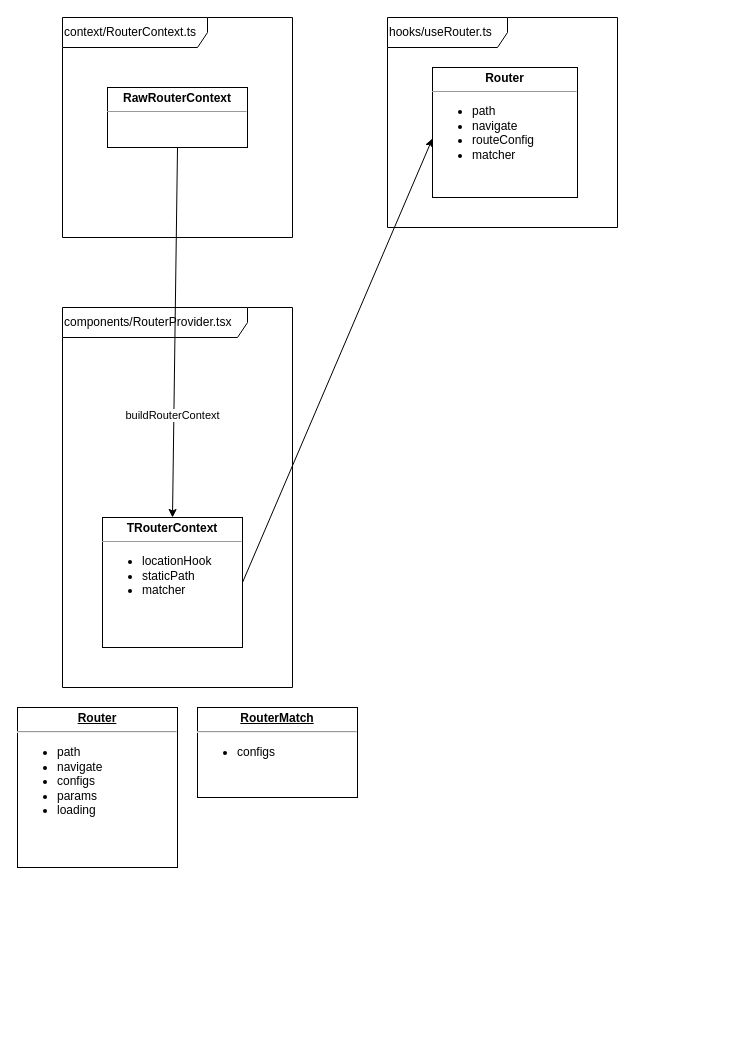
Before: packages/router/docs/router.drawio in vavra7/react-ssr, a draw.io diagram. Source tidied: cells renumbered, new cells numbered last; positions are measured from the earlier drawing's top-left corner, leaving out a move shared by most shapes. Both pictures are drawn from the tidied source at 100%, with x=0, y=0 at pixel (17, 17).
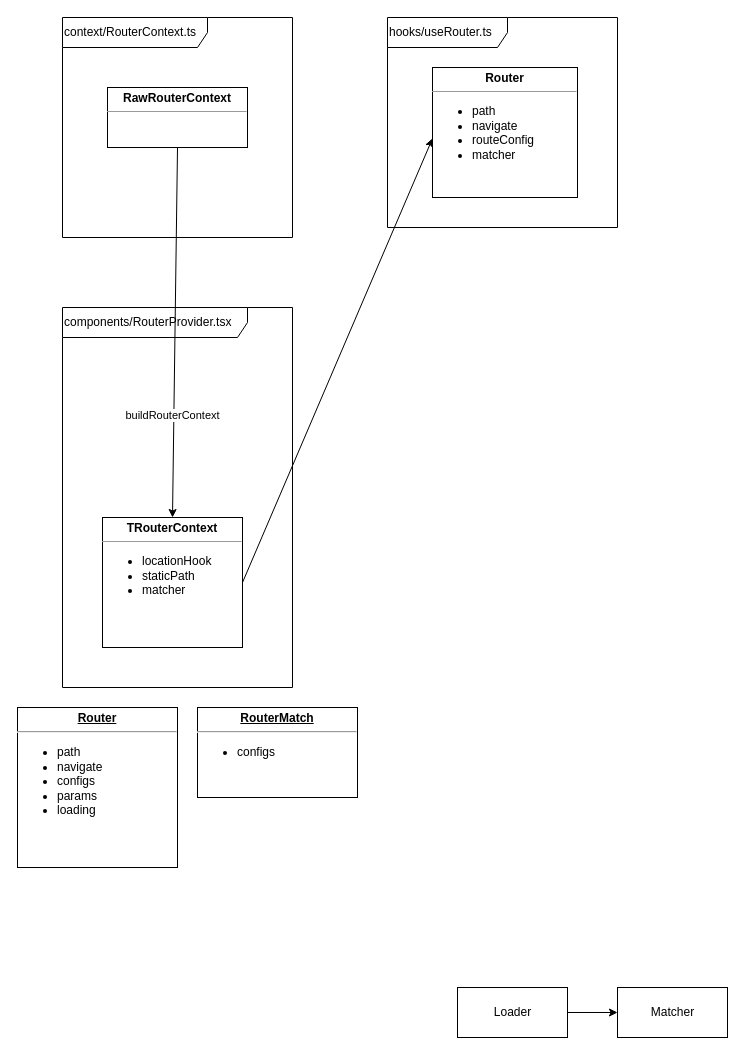
The same diagram, later.

Change to the diagram source:
```diff
@@
 <mxGraphModel>
   <root>
     <mxCell id="0" />
     <mxCell id="1" parent="0" />
     <mxCell id="2" value="context/RouterContext.ts" style="shape=umlFrame;whiteSpace=wrap;html=1;labelBackgroundColor=none;align=left;width=145;height=30;" parent="1" vertex="1">
       <mxGeometry x="45" width="230" height="220" as="geometry" />
     </mxCell>
     <mxCell id="3" value="components/RouterProvider.tsx" style="shape=umlFrame;whiteSpace=wrap;html=1;labelBackgroundColor=none;align=left;width=185;height=30;" parent="1" vertex="1">
       <mxGeometry x="45" y="290" width="230" height="380" as="geometry" />
     </mxCell>
     <mxCell id="4" value="&lt;p style=&quot;margin: 0px ; margin-top: 4px ; text-align: center&quot;&gt;&lt;b&gt;RawRouterContext&lt;/b&gt;&lt;/p&gt;&lt;hr size=&quot;1&quot;&gt;&lt;div style=&quot;height: 2px&quot;&gt;&lt;br&gt;&lt;/div&gt;" style="verticalAlign=top;align=left;overflow=fill;fontSize=12;fontFamily=Helvetica;html=1;spacing=11;labelBorderColor=none;labelBackgroundColor=none;spacingLeft=144;" parent="1" vertex="1">
       <mxGeometry x="90" y="70" width="140" height="60" as="geometry" />
     </mxCell>
     <mxCell id="5" value="&lt;p style=&quot;margin: 0px ; margin-top: 4px ; text-align: center&quot;&gt;&lt;b&gt;TRouterContext&lt;/b&gt;&lt;/p&gt;&lt;hr size=&quot;1&quot;&gt;&lt;div style=&quot;height: 2px&quot;&gt;&lt;ul&gt;&lt;li&gt;locationHook&lt;/li&gt;&lt;li&gt;staticPath&lt;/li&gt;&lt;li&gt;matcher&lt;/li&gt;&lt;/ul&gt;&lt;/div&gt;" style="verticalAlign=top;align=left;overflow=fill;fontSize=12;fontFamily=Helvetica;html=1;spacing=11;labelBorderColor=none;labelBackgroundColor=none;spacingLeft=144;" parent="1" vertex="1">
       <mxGeometry x="85" y="500" width="140" height="130" as="geometry" />
     </mxCell>
     <mxCell id="6" value="buildRouterContext" style="endArrow=classic;html=1;exitX=0.5;exitY=1;exitDx=0;exitDy=0;entryX=0.5;entryY=0;entryDx=0;entryDy=0;" parent="1" edge="1" source="4" target="5">
       <mxGeometry x="0.45" y="-1" relative="1" as="geometry" />
     </mxCell>
     <mxCell id="7" value="hooks/useRouter.ts" style="shape=umlFrame;whiteSpace=wrap;html=1;labelBackgroundColor=none;align=left;width=120;height=30;" parent="1" vertex="1">
       <mxGeometry x="370" width="230" height="210" as="geometry" />
     </mxCell>
     <mxCell id="8" value="&lt;p style=&quot;margin: 0px ; margin-top: 4px ; text-align: center&quot;&gt;&lt;b&gt;Router&lt;/b&gt;&lt;/p&gt;&lt;hr size=&quot;1&quot;&gt;&lt;div style=&quot;height: 2px&quot;&gt;&lt;ul&gt;&lt;li&gt;path&lt;/li&gt;&lt;li&gt;navigate&lt;/li&gt;&lt;li&gt;routeConfig&lt;/li&gt;&lt;li&gt;matcher&lt;/li&gt;&lt;/ul&gt;&lt;/div&gt;" style="verticalAlign=top;align=left;overflow=fill;fontSize=12;fontFamily=Helvetica;html=1;spacing=11;labelBorderColor=none;labelBackgroundColor=none;spacingLeft=144;" parent="1" vertex="1">
       <mxGeometry x="415" y="50" width="145" height="130" as="geometry" />
     </mxCell>
     <mxCell id="9" style="endArrow=classic;html=1;exitX=1;exitY=0.5;exitDx=0;exitDy=0;entryX=0;entryY=0.546;entryDx=0;entryDy=0;entryPerimeter=0;" parent="1" edge="1" source="5" target="8">
       <mxGeometry relative="1" as="geometry" />
     </mxCell>
     <mxCell id="10" value="&lt;p style=&quot;margin: 0px ; margin-top: 4px ; text-align: center ; text-decoration: underline&quot;&gt;&lt;b&gt;Router&lt;/b&gt;&lt;/p&gt;&lt;hr&gt;&lt;p style=&quot;margin: 0px ; margin-left: 8px&quot;&gt;&lt;/p&gt;&lt;ul&gt;&lt;li&gt;path&lt;/li&gt;&lt;li&gt;navigate&lt;/li&gt;&lt;li&gt;configs&lt;/li&gt;&lt;li&gt;params&lt;/li&gt;&lt;li&gt;loading&lt;/li&gt;&lt;/ul&gt;&lt;p&gt;&lt;/p&gt;" style="verticalAlign=top;align=left;overflow=fill;fontSize=12;fontFamily=Helvetica;html=1;" parent="1" vertex="1">
       <mxGeometry y="690" width="160" height="160" as="geometry" />
     </mxCell>
     <mxCell id="11" style="edgeStyle=orthogonalEdgeStyle;rounded=0;orthogonalLoop=1;jettySize=auto;html=1;exitX=0.5;exitY=1;exitDx=0;exitDy=0;" parent="1" edge="1" source="10" target="10">
       <mxGeometry relative="1" as="geometry" />
     </mxCell>
     <mxCell id="12" value="&lt;p style=&quot;margin: 0px ; margin-top: 4px ; text-align: center ; text-decoration: underline&quot;&gt;&lt;b&gt;RouterMatch&lt;/b&gt;&lt;/p&gt;&lt;hr&gt;&lt;p style=&quot;margin: 0px ; margin-left: 8px&quot;&gt;&lt;ul&gt;&lt;li&gt;configs&lt;/li&gt;&lt;/ul&gt;&lt;/p&gt;" style="verticalAlign=top;align=left;overflow=fill;fontSize=12;fontFamily=Helvetica;html=1;" parent="1" vertex="1">
       <mxGeometry x="180" y="690" width="160" height="90" as="geometry" />
     </mxCell>
+    <mxCell id="13" value="Matcher" style="html=1;" parent="1" vertex="1">
+      <mxGeometry x="600" y="970" width="110" height="50" as="geometry" />
+    </mxCell>
+    <mxCell id="14" style="edgeStyle=orthogonalEdgeStyle;rounded=0;jettySize=auto;html=1;" parent="1" edge="1" source="15" target="13">
+      <mxGeometry relative="1" as="geometry" />
+    </mxCell>
+    <mxCell id="15" value="Loader" style="html=1;" parent="1" vertex="1">
+      <mxGeometry x="440" y="970" width="110" height="50" as="geometry" />
+    </mxCell>
   </root>
 </mxGraphModel>
```
